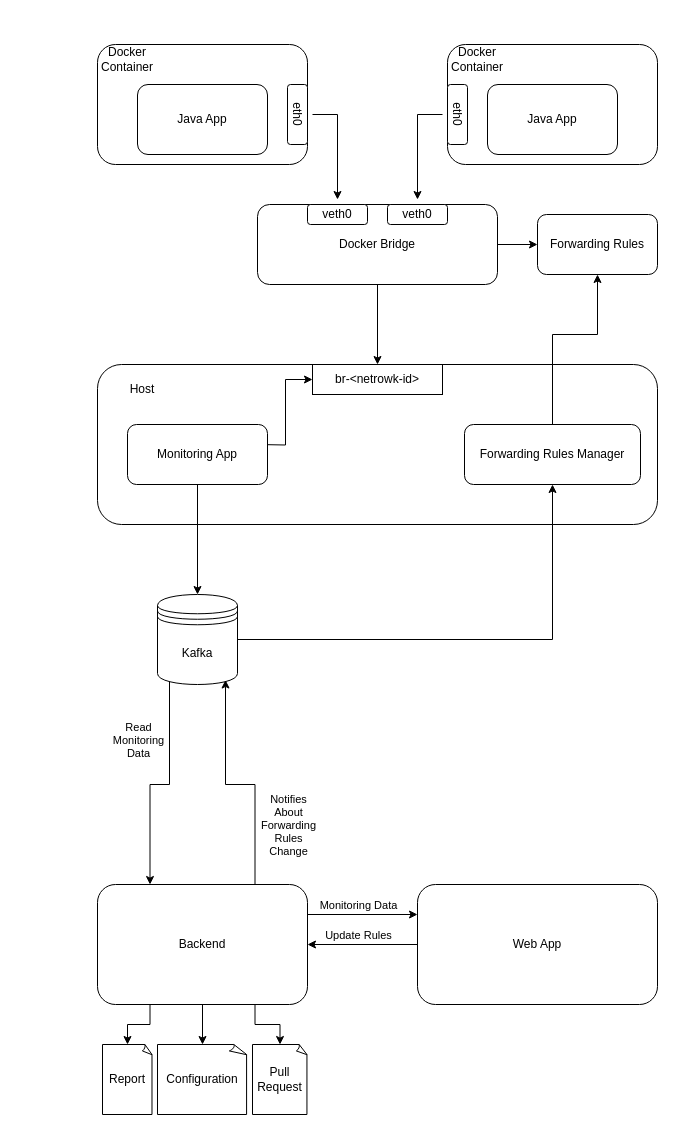
Above: analysis/drawio/containerization-tool-design.drawio in vladtf/containerization-tool (draw.io), before the change. Source tidied: cells renumbered, new cells numbered last; positions are measured from the earlier drawing's top-left corner, leaving out a move shared by most shapes. Both pictures are drawn from the tidied source at 100%, with x=0, y=0 at pixel (97, 44).
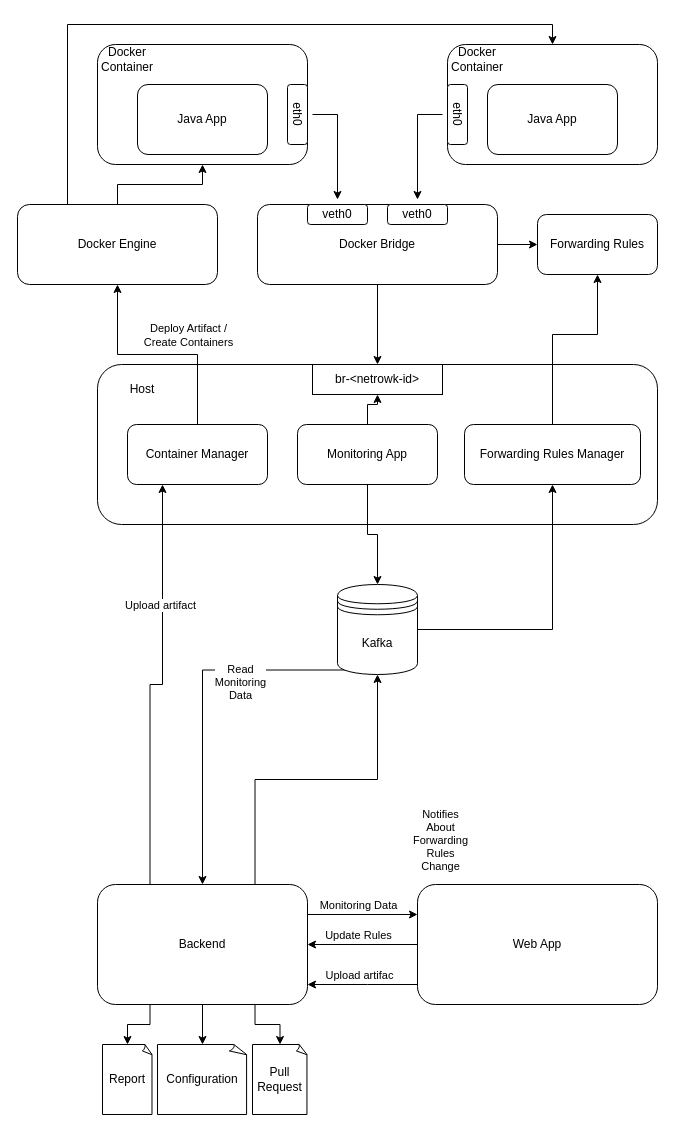
The same diagram, later.

Unchanged cells that the change refers to:
```xml
<mxCell id="3" style="rounded=1;whiteSpace=wrap;html=1;" parent="1" vertex="1">
  <mxGeometry width="210" height="120" as="geometry" />
</mxCell>
<mxCell id="9" style="rounded=1;whiteSpace=wrap;html=1;" parent="1" vertex="1">
  <mxGeometry x="350" width="210" height="120" as="geometry" />
</mxCell>
<mxCell id="22" value="br-&amp;lt;netrowk-id&amp;gt;" style="text;html=1;strokeColor=default;fillColor=none;align=center;verticalAlign=middle;whiteSpace=wrap;rounded=0;rotation=0;" parent="1" vertex="1">
  <mxGeometry x="215" y="320" width="130" height="30" as="geometry" />
</mxCell>
<mxCell id="41" value="Backend" style="rounded=1;whiteSpace=wrap;html=1;" parent="1" vertex="1">
  <mxGeometry y="840" width="210" height="120" as="geometry" />
</mxCell>
<mxCell id="44" value="Web App" style="rounded=1;whiteSpace=wrap;html=1;" parent="1" vertex="1">
  <mxGeometry x="320" y="840" width="240" height="120" as="geometry" />
</mxCell>
```

Change to the diagram source:
```diff
@@
-    <mxCell id="24" style="edgeStyle=orthogonalEdgeStyle;rounded=0;jettySize=auto;html=1;entryX=0;entryY=0.5;entryDx=0;entryDy=0;" parent="1" edge="1" target="22">
-      <mxGeometry relative="1" as="geometry">
-        <mxPoint x="160" y="400" as="sourcePoint" />
-      </mxGeometry>
-    </mxCell>
@@
+    <mxCell id="48" style="edgeStyle=orthogonalEdgeStyle;rounded=0;jettySize=auto;html=1;" parent="1" edge="1" source="27" target="22">
+      <mxGeometry relative="1" as="geometry" />
+    </mxCell>
     <mxCell id="27" value="Monitoring App" style="rounded=1;whiteSpace=wrap;html=1;" parent="1" vertex="1">
-      <mxGeometry x="30" y="380" width="140" height="60" as="geometry" />
+      <mxGeometry x="200" y="380" width="140" height="60" as="geometry" />
     </mxCell>
@@
-    <mxCell id="29" style="edgeStyle=orthogonalEdgeStyle;rounded=0;jettySize=auto;html=1;exitX=0.15;exitY=0.95;exitDx=0;exitDy=0;exitPerimeter=0;entryX=0.25;entryY=0;entryDx=0;entryDy=0;" parent="1" edge="1" source="31" target="41">
+    <mxCell id="29" style="edgeStyle=orthogonalEdgeStyle;rounded=0;jettySize=auto;html=1;exitX=0.15;exitY=0.95;exitDx=0;exitDy=0;exitPerimeter=0;entryX=0.5;entryY=0;entryDx=0;entryDy=0;" parent="1" edge="1" source="31" target="41">
       <mxGeometry relative="1" as="geometry" />
     </mxCell>
@@
     <mxCell id="31" value="Kafka" style="shape=datastore;whiteSpace=wrap;html=1;" parent="1" vertex="1">
-      <mxGeometry x="60" y="550" width="80" height="90" as="geometry" />
+      <mxGeometry x="240" y="540" width="80" height="90" as="geometry" />
     </mxCell>
@@
-    <mxCell id="34" style="edgeStyle=orthogonalEdgeStyle;rounded=0;jettySize=auto;html=1;exitX=0.75;exitY=0;exitDx=0;exitDy=0;entryX=0.85;entryY=0.95;entryDx=0;entryDy=0;entryPerimeter=0;" parent="1" edge="1" source="41" target="31">
+    <mxCell id="34" style="edgeStyle=orthogonalEdgeStyle;rounded=0;jettySize=auto;html=1;exitX=0.75;exitY=0;exitDx=0;exitDy=0;entryX=0.5;entryY=1;entryDx=0;entryDy=0;" parent="1" edge="1" source="41" target="31">
       <mxGeometry relative="1" as="geometry" />
     </mxCell>
@@
+    <mxCell id="49" style="edgeStyle=orthogonalEdgeStyle;rounded=0;jettySize=auto;html=1;exitX=0.25;exitY=0;exitDx=0;exitDy=0;entryX=0.25;entryY=1;entryDx=0;entryDy=0;" parent="1" edge="1" source="41" target="55">
+      <mxGeometry relative="1" as="geometry" />
+    </mxCell>
+    <mxCell id="50" value="Upload artifact" style="edgeLabel;html=1;align=center;verticalAlign=middle;" parent="49" vertex="1">
+      <mxGeometry x="0.17" y="3" relative="1" as="geometry">
+        <mxPoint y="-51" as="offset" />
+      </mxGeometry>
+    </mxCell>
@@
+    <mxCell id="51" style="edgeStyle=orthogonalEdgeStyle;rounded=0;jettySize=auto;html=1;" parent="1" edge="1" source="44" target="41">
+      <mxGeometry relative="1" as="geometry">
+        <Array as="points">
+          <mxPoint x="270" y="940" />
+          <mxPoint x="270" y="940" />
+        </Array>
+      </mxGeometry>
+    </mxCell>
+    <mxCell id="52" value="Upload artifac&lt;br&gt;" style="edgeLabel;html=1;align=center;verticalAlign=middle;" parent="51" vertex="1">
+      <mxGeometry x="0.07" y="-1" relative="1" as="geometry">
+        <mxPoint y="-9" as="offset" />
+      </mxGeometry>
+    </mxCell>
@@
+    <mxCell id="53" style="edgeStyle=orthogonalEdgeStyle;rounded=0;jettySize=auto;html=1;exitX=0.5;exitY=0;exitDx=0;exitDy=0;entryX=0.5;entryY=1;entryDx=0;entryDy=0;" parent="1" edge="1" source="55" target="58">
+      <mxGeometry relative="1" as="geometry" />
+    </mxCell>
+    <mxCell id="54" value="Deploy Artifact /&lt;br&gt;Create Containers" style="edgeLabel;html=1;align=center;verticalAlign=middle;" parent="53" vertex="1">
+      <mxGeometry x="-0.36" y="-3" relative="1" as="geometry">
+        <mxPoint x="-10" y="-17" as="offset" />
+      </mxGeometry>
+    </mxCell>
+    <mxCell id="55" value="Container Manager" style="rounded=1;whiteSpace=wrap;html=1;" parent="1" vertex="1">
+      <mxGeometry x="30" y="380" width="140" height="60" as="geometry" />
+    </mxCell>
+    <mxCell id="56" style="edgeStyle=orthogonalEdgeStyle;rounded=0;jettySize=auto;html=1;exitX=0.5;exitY=0;exitDx=0;exitDy=0;entryX=0.5;entryY=1;entryDx=0;entryDy=0;" parent="1" edge="1" source="58" target="3">
+      <mxGeometry relative="1" as="geometry" />
+    </mxCell>
+    <mxCell id="57" style="edgeStyle=orthogonalEdgeStyle;rounded=0;jettySize=auto;html=1;exitX=0.25;exitY=0;exitDx=0;exitDy=0;entryX=0.5;entryY=0;entryDx=0;entryDy=0;" parent="1" edge="1" source="58" target="9">
+      <mxGeometry relative="1" as="geometry" />
+    </mxCell>
+    <mxCell id="58" value="Docker Engine" style="rounded=1;whiteSpace=wrap;html=1;" parent="1" vertex="1">
+      <mxGeometry x="-80" y="160" width="200" height="80" as="geometry" />
+    </mxCell>
```
